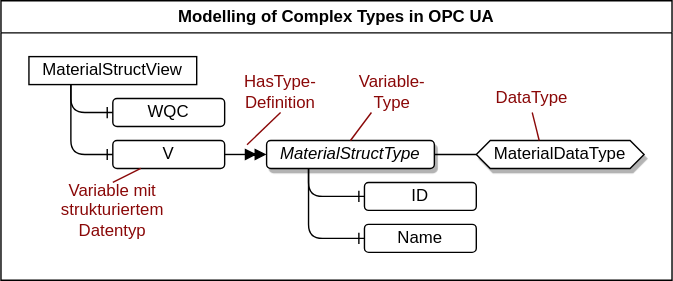
Above: 09_MTP Extensions/images/06_ComplexTypes_OPC_UA.drawio.svg in Blumi102/MTP4Logistics (draw.io), before the change. Source tidied: cells renumbered, new cells last; positions are measured from the earlier drawing's top-left corner, leaving out a move shared by most shapes.
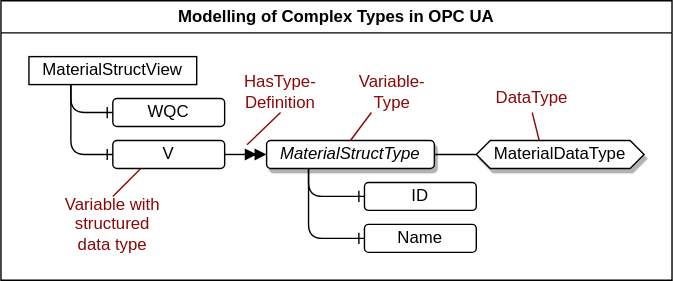
The same diagram one commit later.

The edit, as a diff of the source:
```diff
@@ -1,8 +1,8 @@
-<mxGraphModel>
+<mxGraphModel background="#FFFFFF">
   <root>
     <mxCell id="0" />
     <mxCell id="1" parent="0" />
-    <mxCell id="2" value="Modelling of Complex Types in OPC UA" style="swimlane;whiteSpace=wrap;html=1;" parent="1" vertex="1">
+    <mxCell id="2" value="Modelling of Complex Types in OPC UA" style="swimlane;whiteSpace=wrap;html=1;fillColor=#FFFFFF;" parent="1" vertex="1">
       <mxGeometry width="480" height="200" as="geometry" />
     </mxCell>
     <mxCell id="3" value="MaterialStructView" style="rounded=0;whiteSpace=wrap;html=1;" parent="2" vertex="1">
@@ -60,8 +60,8 @@
         </Array>
       </mxGeometry>
     </mxCell>
-    <mxCell id="16" value="Variable mit strukturiertem Datentyp" style="text;html=1;align=center;verticalAlign=middle;whiteSpace=wrap;rounded=0;fontColor=#8A0808;" parent="2" vertex="1">
-      <mxGeometry x="50" y="130" width="60" height="40" as="geometry" />
+    <mxCell id="16" value="Variable with structured data type" style="text;html=1;align=center;verticalAlign=middle;whiteSpace=wrap;rounded=0;fontColor=#8A0808;" parent="2" vertex="1">
+      <mxGeometry x="40" y="140" width="80" height="40" as="geometry" />
     </mxCell>
     <mxCell id="17" style="endArrow=none;html=1;exitX=0.5;exitY=0;exitDx=0;exitDy=0;entryX=0.25;entryY=1;entryDx=0;entryDy=0;fontColor=#8A0808;strokeColor=#8A0808;" parent="2" edge="1" source="16" target="5">
       <mxGeometry relative="1" as="geometry" />
```
